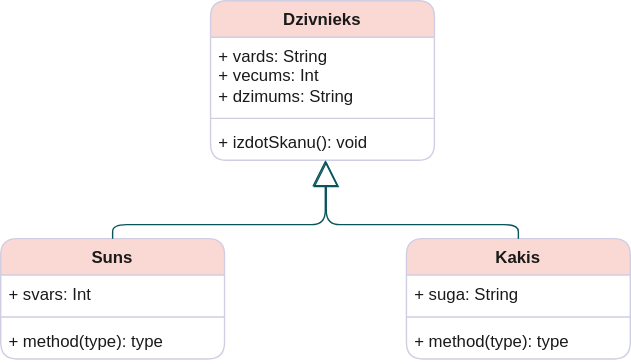
WuzzyLV/UML-Info-Page keeps this draw.io diagram as public/classEx.svg. Above is the earlier version. Source tidied: cells renumbered, new cells last; positions are measured from the earlier drawing's top-left corner, leaving out a move shared by most shapes.
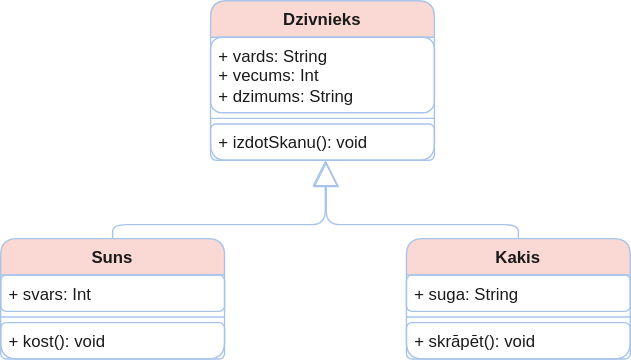
After the commit.

Commit message:
refactor: Update swimlane description in ActivitySwimlane component

Diff of the diagram source:
```diff
@@ -2,31 +2,31 @@
   <root>
     <mxCell id="0" />
     <mxCell id="1" parent="0" />
-    <mxCell id="2" value="Dzivnieks" style="swimlane;fontStyle=1;align=center;verticalAlign=top;horizontal=1;startSize=26;whiteSpace=wrap;html=1;labelBackgroundColor=none;rounded=1;fillColor=#FAD9D5;strokeColor=#D0CEE2;fontColor=#1A1A1A;" parent="1" vertex="1">
+    <mxCell id="2" value="Dzivnieks" style="swimlane;fontStyle=1;align=center;verticalAlign=top;horizontal=1;startSize=26;whiteSpace=wrap;html=1;labelBackgroundColor=none;rounded=1;fillColor=#FAD9D5;strokeColor=#A9C4EB;fontColor=#1A1A1A;" parent="1" vertex="1">
       <mxGeometry x="150" width="160" height="114" as="geometry" />
     </mxCell>
-    <mxCell id="3" value="&lt;div&gt;+ vards: String&lt;/div&gt;+ vecums: Int&lt;div&gt;+ dzimums: String&lt;/div&gt;&lt;div&gt;&lt;br&gt;&lt;/div&gt;" style="text;align=left;verticalAlign=top;spacingLeft=4;spacingRight=4;overflow=hidden;whiteSpace=wrap;html=1;labelBackgroundColor=none;rounded=1;fontColor=#1A1A1A;" parent="2" vertex="1">
+    <mxCell id="3" value="&lt;div&gt;+ vards: String&lt;/div&gt;+ vecums: Int&lt;div&gt;+ dzimums: String&lt;/div&gt;&lt;div&gt;&lt;br&gt;&lt;/div&gt;" style="text;align=left;verticalAlign=top;spacingLeft=4;spacingRight=4;overflow=hidden;whiteSpace=wrap;html=1;labelBackgroundColor=none;rounded=1;fontColor=#1A1A1A;strokeColor=#A9C4EB;" parent="2" vertex="1">
       <mxGeometry y="26" width="160" height="54" as="geometry" />
     </mxCell>
-    <mxCell id="4" style="line;strokeWidth=1;align=left;verticalAlign=middle;spacingTop=-1;spacingLeft=3;spacingRight=3;labelPosition=right;labelBackgroundColor=none;rounded=1;fillColor=#FAD9D5;strokeColor=#D0CEE2;fontColor=#1A1A1A;" parent="2" vertex="1">
+    <mxCell id="4" style="line;strokeWidth=1;align=left;verticalAlign=middle;spacingTop=-1;spacingLeft=3;spacingRight=3;labelPosition=right;labelBackgroundColor=none;rounded=1;fillColor=#FAD9D5;strokeColor=#A9C4EB;fontColor=#1A1A1A;" parent="2" vertex="1">
       <mxGeometry y="80" width="160" height="8" as="geometry" />
     </mxCell>
-    <mxCell id="5" value="+ izdotSkanu(): void" style="text;align=left;verticalAlign=top;spacingLeft=4;spacingRight=4;overflow=hidden;points=[[0,0.5],[1,0.5]];portConstraint=eastwest;whiteSpace=wrap;html=1;labelBackgroundColor=none;rounded=1;fontColor=#1A1A1A;" parent="2" vertex="1">
+    <mxCell id="5" value="+ izdotSkanu(): void" style="text;align=left;verticalAlign=top;spacingLeft=4;spacingRight=4;overflow=hidden;points=[[0,0.5],[1,0.5]];portConstraint=eastwest;whiteSpace=wrap;html=1;labelBackgroundColor=none;rounded=1;fontColor=#1A1A1A;strokeColor=#A9C4EB;" parent="2" vertex="1">
       <mxGeometry y="88" width="160" height="26" as="geometry" />
     </mxCell>
-    <mxCell id="6" value="Suns" style="swimlane;fontStyle=1;align=center;verticalAlign=top;horizontal=1;startSize=26;whiteSpace=wrap;html=1;labelBackgroundColor=none;rounded=1;fillColor=#FAD9D5;strokeColor=#D0CEE2;fontColor=#1A1A1A;" parent="1" vertex="1">
+    <mxCell id="6" value="Suns" style="swimlane;fontStyle=1;align=center;verticalAlign=top;horizontal=1;startSize=26;whiteSpace=wrap;html=1;labelBackgroundColor=none;rounded=1;fillColor=#FAD9D5;strokeColor=#A9C4EB;fontColor=#1A1A1A;" parent="1" vertex="1">
       <mxGeometry y="170" width="160" height="86" as="geometry" />
     </mxCell>
-    <mxCell id="7" value="+ svars: Int" style="text;align=left;verticalAlign=top;spacingLeft=4;spacingRight=4;overflow=hidden;whiteSpace=wrap;html=1;labelBackgroundColor=none;rounded=1;fontColor=#1A1A1A;" parent="6" vertex="1">
+    <mxCell id="7" value="+ svars: Int" style="text;align=left;verticalAlign=top;spacingLeft=4;spacingRight=4;overflow=hidden;whiteSpace=wrap;html=1;labelBackgroundColor=none;rounded=1;fontColor=#1A1A1A;strokeColor=#A9C4EB;" parent="6" vertex="1">
       <mxGeometry y="26" width="160" height="26" as="geometry" />
     </mxCell>
-    <mxCell id="8" style="line;strokeWidth=1;align=left;verticalAlign=middle;spacingTop=-1;spacingLeft=3;spacingRight=3;labelPosition=right;labelBackgroundColor=none;rounded=1;fillColor=#FAD9D5;strokeColor=#D0CEE2;fontColor=#1A1A1A;" parent="6" vertex="1">
+    <mxCell id="8" style="line;strokeWidth=1;align=left;verticalAlign=middle;spacingTop=-1;spacingLeft=3;spacingRight=3;labelPosition=right;labelBackgroundColor=none;rounded=1;fillColor=#FAD9D5;strokeColor=#A9C4EB;fontColor=#1A1A1A;" parent="6" vertex="1">
       <mxGeometry y="52" width="160" height="8" as="geometry" />
     </mxCell>
-    <mxCell id="9" value="+ method(type): type" style="text;align=left;verticalAlign=top;spacingLeft=4;spacingRight=4;overflow=hidden;whiteSpace=wrap;html=1;labelBackgroundColor=none;rounded=1;fontColor=#1A1A1A;" parent="6" vertex="1">
+    <mxCell id="9" value="+ kost(): void" style="text;align=left;verticalAlign=top;spacingLeft=4;spacingRight=4;overflow=hidden;whiteSpace=wrap;html=1;labelBackgroundColor=none;rounded=1;fontColor=#1A1A1A;strokeColor=#A9C4EB;" parent="6" vertex="1">
       <mxGeometry y="60" width="160" height="26" as="geometry" />
     </mxCell>
-    <mxCell id="10" style="endArrow=block;endSize=16;endFill=0;html=1;rounded=1;exitX=0.5;exitY=0;exitDx=0;exitDy=0;edgeStyle=orthogonalEdgeStyle;labelBackgroundColor=none;fontColor=default;strokeColor=#09555B;" parent="1" edge="1" source="6" target="5">
+    <mxCell id="10" style="endArrow=block;endSize=16;endFill=0;html=1;rounded=1;exitX=0.5;exitY=0;exitDx=0;exitDy=0;edgeStyle=orthogonalEdgeStyle;labelBackgroundColor=none;fontColor=default;strokeColor=#A9C4EB;" parent="1" edge="1" source="6" target="5">
       <mxGeometry relative="1" as="geometry">
         <Array as="points">
           <mxPoint x="80" y="160" />
@@ -34,19 +34,19 @@
         </Array>
       </mxGeometry>
     </mxCell>
-    <mxCell id="11" value="Kakis" style="swimlane;fontStyle=1;align=center;verticalAlign=top;horizontal=1;startSize=26;whiteSpace=wrap;html=1;labelBackgroundColor=none;rounded=1;fillColor=#FAD9D5;strokeColor=#D0CEE2;fontColor=#1A1A1A;" parent="1" vertex="1">
+    <mxCell id="11" value="Kakis" style="swimlane;fontStyle=1;align=center;verticalAlign=top;horizontal=1;startSize=26;whiteSpace=wrap;html=1;labelBackgroundColor=none;rounded=1;fillColor=#FAD9D5;strokeColor=#A9C4EB;fontColor=#1A1A1A;" parent="1" vertex="1">
       <mxGeometry x="290" y="170" width="160" height="86" as="geometry" />
     </mxCell>
-    <mxCell id="12" value="+ suga: String" style="text;align=left;verticalAlign=top;spacingLeft=4;spacingRight=4;overflow=hidden;whiteSpace=wrap;html=1;labelBackgroundColor=none;rounded=1;fontColor=#1A1A1A;" parent="11" vertex="1">
+    <mxCell id="12" value="+ suga: String" style="text;align=left;verticalAlign=top;spacingLeft=4;spacingRight=4;overflow=hidden;whiteSpace=wrap;html=1;labelBackgroundColor=none;rounded=1;fontColor=#1A1A1A;strokeColor=#A9C4EB;" parent="11" vertex="1">
       <mxGeometry y="26" width="160" height="26" as="geometry" />
     </mxCell>
-    <mxCell id="13" style="line;strokeWidth=1;align=left;verticalAlign=middle;spacingTop=-1;spacingLeft=3;spacingRight=3;labelPosition=right;labelBackgroundColor=none;rounded=1;fillColor=#FAD9D5;strokeColor=#D0CEE2;fontColor=#1A1A1A;" parent="11" vertex="1">
+    <mxCell id="13" style="line;strokeWidth=1;align=left;verticalAlign=middle;spacingTop=-1;spacingLeft=3;spacingRight=3;labelPosition=right;labelBackgroundColor=none;rounded=1;fillColor=#FAD9D5;strokeColor=#A9C4EB;fontColor=#1A1A1A;" parent="11" vertex="1">
       <mxGeometry y="52" width="160" height="8" as="geometry" />
     </mxCell>
-    <mxCell id="14" value="+ method(type): type" style="text;align=left;verticalAlign=top;spacingLeft=4;spacingRight=4;overflow=hidden;whiteSpace=wrap;html=1;labelBackgroundColor=none;rounded=1;fontColor=#1A1A1A;" parent="11" vertex="1">
+    <mxCell id="14" value="+ skrāpēt(): void" style="text;align=left;verticalAlign=top;spacingLeft=4;spacingRight=4;overflow=hidden;whiteSpace=wrap;html=1;labelBackgroundColor=none;rounded=1;fontColor=#1A1A1A;strokeColor=#A9C4EB;" parent="11" vertex="1">
       <mxGeometry y="60" width="160" height="26" as="geometry" />
     </mxCell>
-    <mxCell id="15" style="endArrow=block;endSize=16;endFill=0;html=1;rounded=1;edgeStyle=orthogonalEdgeStyle;entryX=0.517;entryY=1.023;entryDx=0;entryDy=0;entryPerimeter=0;exitX=0.5;exitY=0;exitDx=0;exitDy=0;labelBackgroundColor=none;fontColor=default;strokeColor=#09555B;" parent="1" edge="1" source="11" target="5">
+    <mxCell id="15" style="endArrow=block;endSize=16;endFill=0;html=1;rounded=1;edgeStyle=orthogonalEdgeStyle;entryX=0.517;entryY=1.023;entryDx=0;entryDy=0;entryPerimeter=0;exitX=0.5;exitY=0;exitDx=0;exitDy=0;labelBackgroundColor=none;fontColor=default;strokeColor=#A9C4EB;" parent="1" edge="1" source="11" target="5">
       <mxGeometry relative="1" as="geometry">
         <Array as="points">
           <mxPoint x="370" y="160" />
```
